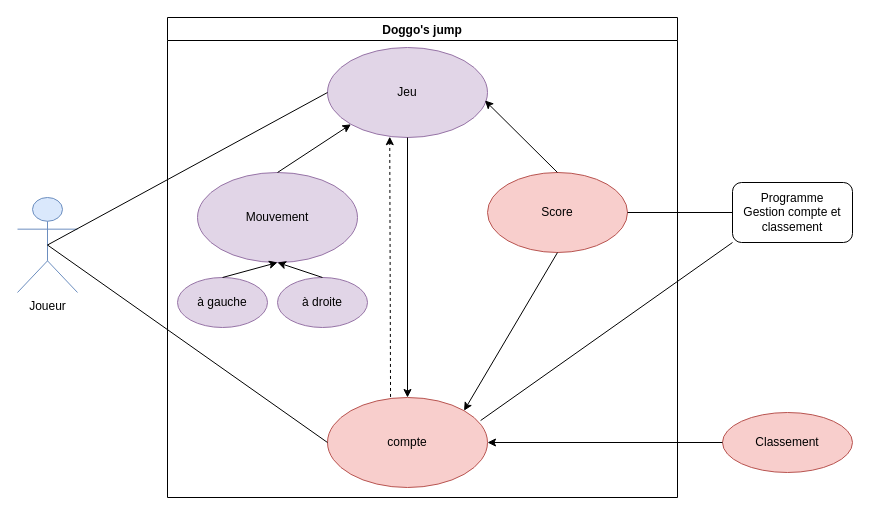
Before: Cas_utilisation.drawio in LaseIo/Doggo-s-Jump, a draw.io diagram. Source tidied: cells renumbered, new cells numbered last; positions are measured from the earlier drawing's top-left corner, leaving out a move shared by most shapes. Both pictures are drawn from the tidied source at 100%, with x=0, y=0 at pixel (17, 17).
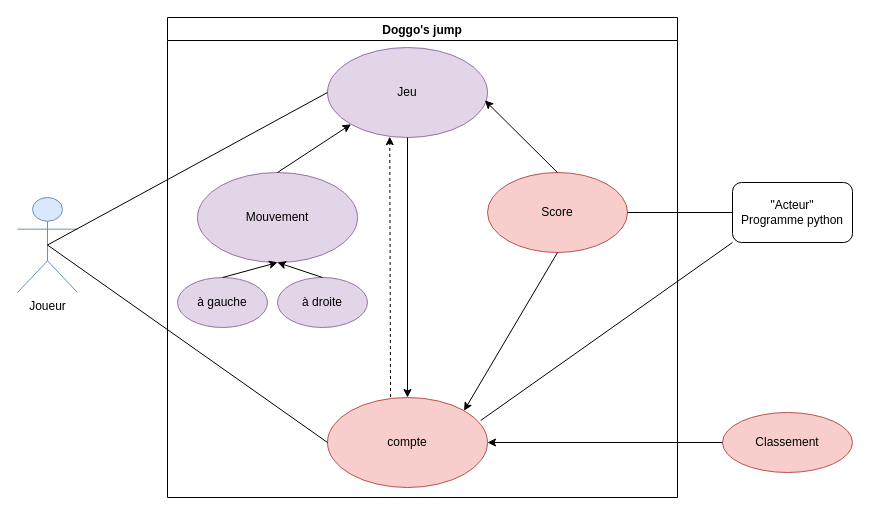
The same diagram, later.

Commit message:
Mettre à jour Cas_utilisation.drawio

Change to the diagram source:
```diff
@@
-    <mxCell id="19" value="Programme&lt;div&gt;Gestion compte et classement&lt;/div&gt;" style="rounded=1;whiteSpace=wrap;html=1;" parent="1" vertex="1">
+    <mxCell id="19" value="&quot;Acteur&quot;&lt;div&gt;Programme python&lt;/div&gt;" style="rounded=1;whiteSpace=wrap;html=1;" parent="1" vertex="1">
       <mxGeometry x="715" y="165" width="120" height="60" as="geometry" />
     </mxCell>
```
